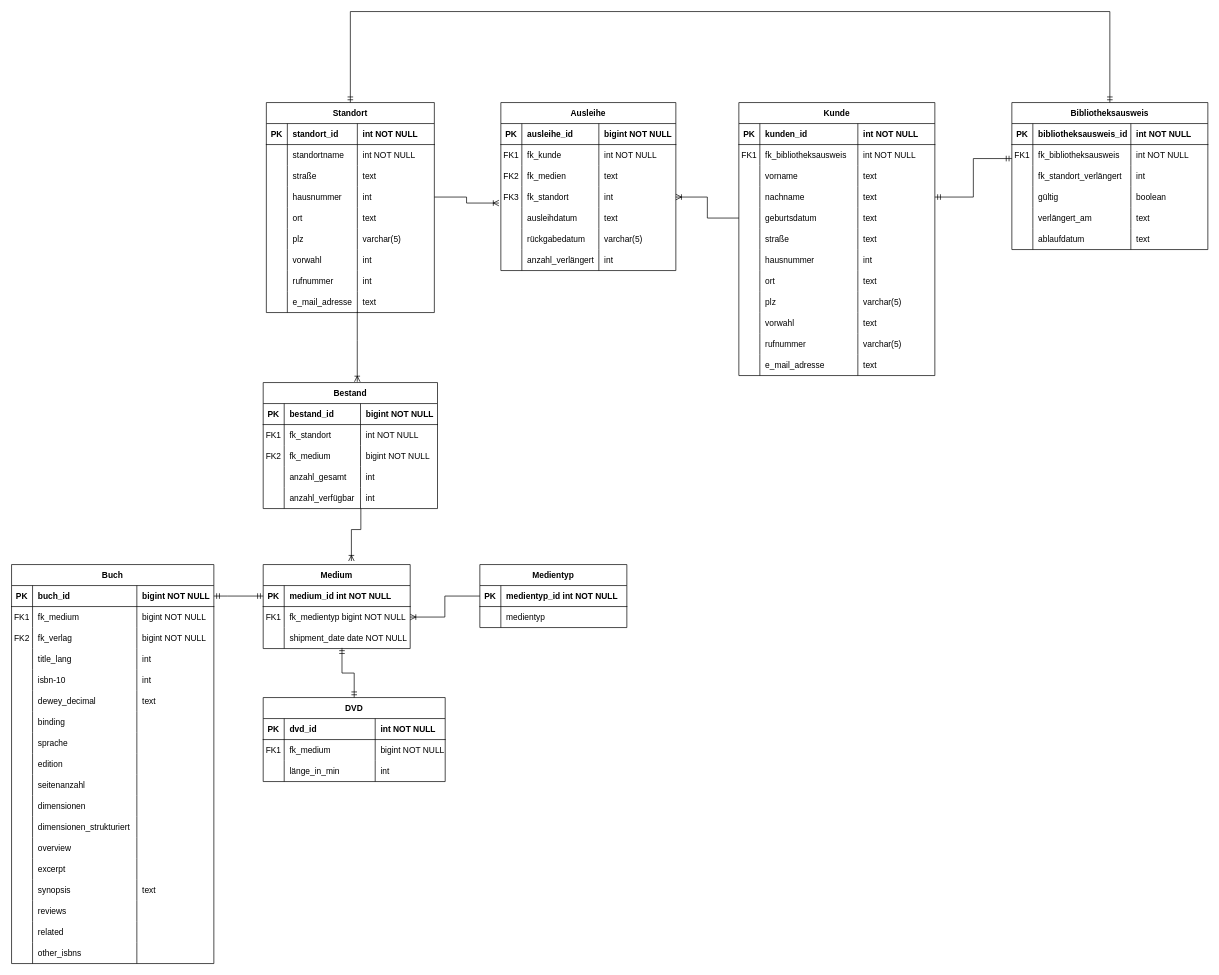
This is ERM_Bibliotheksverwaltung.drawio from typhooncode-library-administration/1.organization-documentation-wiki, a draw.io file, before an edit. Source tidied: cells renumbered, new cells numbered last; positions are measured from the earlier drawing's top-left corner, leaving out a move shared by most shapes. Both pictures are drawn from the tidied source at 70%, with x=0, y=0 at pixel (11, 11).
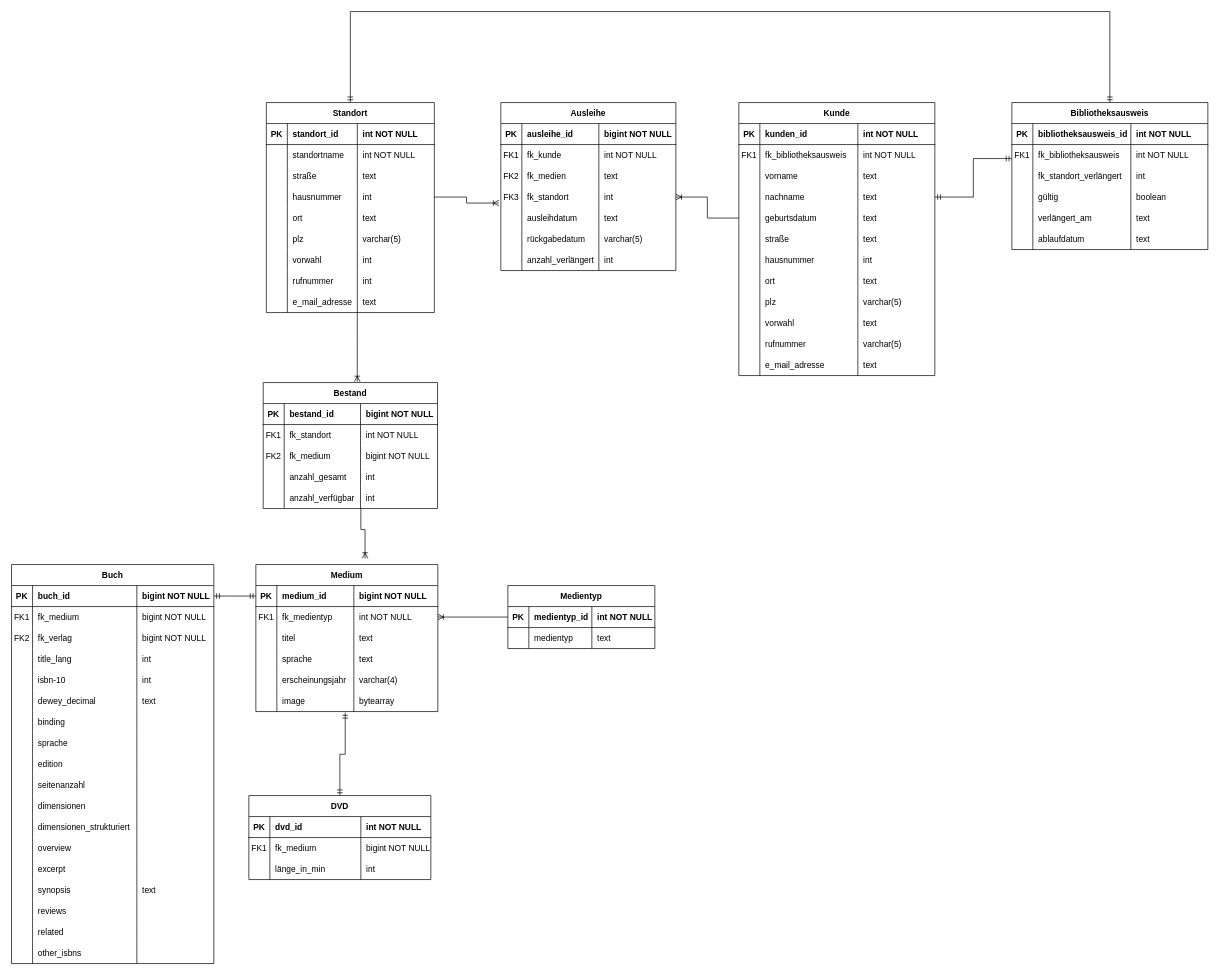
Above is the later version.

The change refers to these unchanged cells:
```xml
<mxCell id="268" style="shape=partialRectangle;fillColor=none;points=[[0,0.5],[1,0.5]];portConstraint=eastwest;top=0;left=0;right=0;bottom=1;" parent="267" vertex="1">
  <mxGeometry y="30" width="210" height="30" as="geometry" />
</mxCell>
<mxCell id="271" style="shape=partialRectangle;fillColor=none;top=0;left=0;right=0;bottom=0;" parent="267" vertex="1">
  <mxGeometry y="60" width="210" height="30" as="geometry" />
</mxCell>
```

What changed in the source:
```diff
@@
     <mxCell id="39" value="Medium" style="shape=table;startSize=30;childLayout=tableLayout;rowLines=0;fontStyle=1;align=center;" parent="1" vertex="1">
-      <mxGeometry x="359.5" y="790" width="210" height="120" as="geometry" />
+      <mxGeometry x="349" y="790" width="260" height="210" as="geometry" />
     </mxCell>
     <mxCell id="40" style="shape=partialRectangle;fillColor=none;points=[[0,0.5],[1,0.5]];portConstraint=eastwest;top=0;left=0;right=0;bottom=1;" parent="39" vertex="1">
-      <mxGeometry y="30" width="210" height="30" as="geometry" />
+      <mxGeometry y="30" width="260" height="30" as="geometry" />
     </mxCell>
@@
-    <mxCell id="42" value="medium_id int NOT NULL " style="shape=partialRectangle;overflow=hidden;fillColor=none;top=0;left=0;bottom=0;right=0;align=left;spacingLeft=6;fontStyle=1;" parent="40" vertex="1">
-      <mxGeometry x="30" width="180" height="30" as="geometry" />
+    <mxCell id="42" value="medium_id" style="shape=partialRectangle;overflow=hidden;fillColor=none;top=0;left=0;bottom=0;right=0;align=left;spacingLeft=6;fontStyle=1;" parent="40" vertex="1">
+      <mxGeometry x="30" width="110" height="30" as="geometry" />
     </mxCell>
+    <mxCell id="275" value="bigint NOT NULL" style="shape=partialRectangle;overflow=hidden;fillColor=none;top=0;left=0;bottom=0;right=0;align=left;spacingLeft=6;fontStyle=1;" parent="40" vertex="1">
+      <mxGeometry x="140" width="120" height="30" as="geometry" />
+    </mxCell>
     <mxCell id="43" style="shape=partialRectangle;fillColor=none;points=[[0,0.5],[1,0.5]];portConstraint=eastwest;top=0;left=0;right=0;bottom=0;" parent="39" vertex="1">
-      <mxGeometry y="60" width="210" height="30" as="geometry" />
+      <mxGeometry y="60" width="260" height="30" as="geometry" />
     </mxCell>
@@
-    <mxCell id="45" value="fk_medientyp bigint NOT NULL" style="shape=partialRectangle;overflow=hidden;fillColor=none;top=0;left=0;bottom=0;right=0;align=left;spacingLeft=6;" parent="43" vertex="1">
-      <mxGeometry x="30" width="180" height="30" as="geometry" />
+    <mxCell id="45" value="fk_medientyp" style="shape=partialRectangle;overflow=hidden;fillColor=none;top=0;left=0;bottom=0;right=0;align=left;spacingLeft=6;" parent="43" vertex="1">
+      <mxGeometry x="30" width="110" height="30" as="geometry" />
     </mxCell>
+    <mxCell id="276" value="int NOT NULL" style="shape=partialRectangle;overflow=hidden;fillColor=none;top=0;left=0;bottom=0;right=0;align=left;spacingLeft=6;" parent="43" vertex="1">
+      <mxGeometry x="140" width="120" height="30" as="geometry" />
+    </mxCell>
     <mxCell id="46" style="shape=partialRectangle;fillColor=none;points=[[0,0.5],[1,0.5]];portConstraint=eastwest;top=0;left=0;right=0;bottom=0;" parent="39" vertex="1">
-      <mxGeometry y="90" width="210" height="30" as="geometry" />
+      <mxGeometry y="90" width="260" height="30" as="geometry" />
     </mxCell>
@@
-    <mxCell id="48" value="shipment_date date NOT NULL" style="shape=partialRectangle;overflow=hidden;fillColor=none;top=0;left=0;bottom=0;right=0;align=left;spacingLeft=6;" parent="46" vertex="1">
-      <mxGeometry x="30" width="180" height="30" as="geometry" />
+    <mxCell id="48" value="titel" style="shape=partialRectangle;overflow=hidden;fillColor=none;top=0;left=0;bottom=0;right=0;align=left;spacingLeft=6;" parent="46" vertex="1">
+      <mxGeometry x="30" width="110" height="30" as="geometry" />
     </mxCell>
+    <mxCell id="277" value="text" style="shape=partialRectangle;overflow=hidden;fillColor=none;top=0;left=0;bottom=0;right=0;align=left;spacingLeft=6;" parent="46" vertex="1">
+      <mxGeometry x="140" width="120" height="30" as="geometry" />
+    </mxCell>
+    <mxCell id="278" style="shape=partialRectangle;fillColor=none;top=0;left=0;right=0;bottom=0;" parent="39" vertex="1">
+      <mxGeometry y="120" width="260" height="30" as="geometry" />
+    </mxCell>
+    <mxCell id="279" style="shape=partialRectangle;overflow=hidden;fillColor=none;top=0;left=0;bottom=0;right=0;" parent="278" vertex="1">
+      <mxGeometry width="30" height="30" as="geometry" />
+    </mxCell>
+    <mxCell id="280" value="sprache" style="shape=partialRectangle;overflow=hidden;fillColor=none;top=0;left=0;bottom=0;right=0;align=left;spacingLeft=6;" parent="278" vertex="1">
+      <mxGeometry x="30" width="110" height="30" as="geometry" />
+    </mxCell>
+    <mxCell id="281" value="text" style="shape=partialRectangle;overflow=hidden;fillColor=none;top=0;left=0;bottom=0;right=0;align=left;spacingLeft=6;" parent="278" vertex="1">
+      <mxGeometry x="140" width="120" height="30" as="geometry" />
+    </mxCell>
+    <mxCell id="282" style="shape=partialRectangle;fillColor=none;top=0;left=0;right=0;bottom=0;" parent="39" vertex="1">
+      <mxGeometry y="150" width="260" height="30" as="geometry" />
+    </mxCell>
+    <mxCell id="283" style="shape=partialRectangle;overflow=hidden;fillColor=none;top=0;left=0;bottom=0;right=0;" parent="282" vertex="1">
+      <mxGeometry width="30" height="30" as="geometry" />
+    </mxCell>
+    <mxCell id="284" value="erscheinungsjahr" style="shape=partialRectangle;overflow=hidden;fillColor=none;top=0;left=0;bottom=0;right=0;align=left;spacingLeft=6;" parent="282" vertex="1">
+      <mxGeometry x="30" width="110" height="30" as="geometry" />
+    </mxCell>
+    <mxCell id="285" value="varchar(4)" style="shape=partialRectangle;overflow=hidden;fillColor=none;top=0;left=0;bottom=0;right=0;align=left;spacingLeft=6;" parent="282" vertex="1">
+      <mxGeometry x="140" width="120" height="30" as="geometry" />
+    </mxCell>
+    <mxCell id="286" style="shape=partialRectangle;fillColor=none;points=[[0,0.5],[1,0.5]];portConstraint=eastwest;top=0;left=0;right=0;bottom=0;" parent="39" vertex="1">
+      <mxGeometry y="180" width="260" height="30" as="geometry" />
+    </mxCell>
+    <mxCell id="287" style="shape=partialRectangle;overflow=hidden;fillColor=none;top=0;left=0;bottom=0;right=0;" parent="286" vertex="1">
+      <mxGeometry width="30" height="30" as="geometry" />
+    </mxCell>
+    <mxCell id="288" value="image" style="shape=partialRectangle;overflow=hidden;fillColor=none;top=0;left=0;bottom=0;right=0;align=left;spacingLeft=6;" parent="286" vertex="1">
+      <mxGeometry x="30" width="110" height="30" as="geometry" />
+    </mxCell>
+    <mxCell id="289" value="bytearray" style="shape=partialRectangle;overflow=hidden;fillColor=none;top=0;left=0;bottom=0;right=0;align=left;spacingLeft=6;" parent="286" vertex="1">
+      <mxGeometry x="140" width="120" height="30" as="geometry" />
+    </mxCell>
@@
     <mxCell id="146" value="DVD" style="shape=table;startSize=30;childLayout=tableLayout;rowLines=0;fontStyle=1;align=center;" parent="1" vertex="1">
-      <mxGeometry x="359.5" y="980" width="260" height="120" as="geometry" />
+      <mxGeometry x="339" y="1120" width="260" height="120" as="geometry" />
     </mxCell>
@@
-    <mxCell id="159" style="edgeStyle=elbowEdgeStyle;fontSize=12;html=1;endArrow=ERmandOne;startArrow=ERmandOne;rounded=0;elbow=vertical;exitX=0.536;exitY=0.967;exitDx=0;exitDy=0;exitPerimeter=0;entryX=0.5;entryY=0;entryDx=0;entryDy=0;" parent="1" edge="1" source="46" target="146">
+    <mxCell id="159" style="edgeStyle=elbowEdgeStyle;fontSize=12;html=1;endArrow=ERmandOne;startArrow=ERmandOne;rounded=0;elbow=vertical;entryX=0.5;entryY=0;entryDx=0;entryDy=0;exitX=0.491;exitY=1.044;exitDx=0;exitDy=0;exitPerimeter=0;" parent="1" edge="1" source="286" target="146">
       <mxGeometry relative="1" as="geometry" />
     </mxCell>
@@
     <mxCell id="267" value="Medientyp" style="shape=table;startSize=30;childLayout=tableLayout;rowLines=0;fontStyle=1;align=center;" parent="1" vertex="1">
-      <mxGeometry x="669" y="790" width="210" height="90" as="geometry" />
+      <mxGeometry x="709" y="820" width="210" height="90" as="geometry" />
     </mxCell>
@@
-    <mxCell id="270" value="medientyp_id int NOT NULL " style="shape=partialRectangle;overflow=hidden;fillColor=none;top=0;left=0;bottom=0;right=0;align=left;spacingLeft=6;fontStyle=1;" parent="268" vertex="1">
-      <mxGeometry x="30" width="180" height="30" as="geometry" />
+    <mxCell id="270" value="medientyp_id" style="shape=partialRectangle;overflow=hidden;fillColor=none;top=0;left=0;bottom=0;right=0;align=left;spacingLeft=6;fontStyle=1;" parent="268" vertex="1">
+      <mxGeometry x="30" width="90" height="30" as="geometry" />
     </mxCell>
+    <mxCell id="290" value="int NOT NULL" style="shape=partialRectangle;overflow=hidden;fillColor=none;top=0;left=0;bottom=0;right=0;align=left;spacingLeft=6;fontStyle=1;" parent="268" vertex="1">
+      <mxGeometry x="120" width="90" height="30" as="geometry" />
+    </mxCell>
@@
     <mxCell id="273" value="medientyp" style="shape=partialRectangle;overflow=hidden;fillColor=none;top=0;left=0;bottom=0;right=0;align=left;spacingLeft=6;" parent="271" vertex="1">
-      <mxGeometry x="30" width="180" height="30" as="geometry" />
+      <mxGeometry x="30" width="90" height="30" as="geometry" />
     </mxCell>
+    <mxCell id="291" value="text" style="shape=partialRectangle;overflow=hidden;fillColor=none;top=0;left=0;bottom=0;right=0;align=left;spacingLeft=6;" parent="271" vertex="1">
+      <mxGeometry x="120" width="90" height="30" as="geometry" />
+    </mxCell>
```
